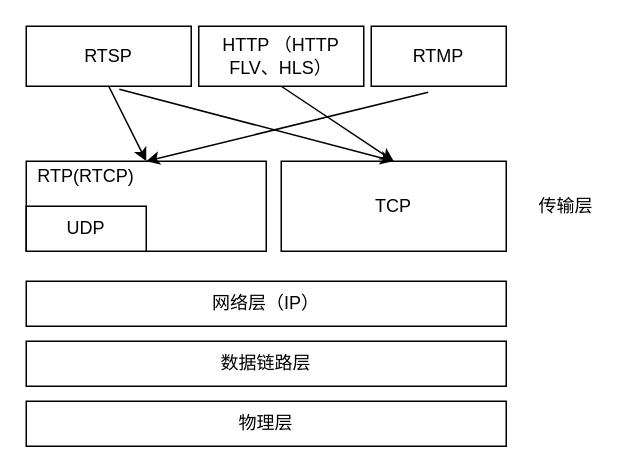
The draw.io diagram 直播流协议图.drawio in loc1129/uml, before the edit. Source tidied: cells renumbered, new cells numbered last; positions are measured from the earlier drawing's top-left corner, leaving out a move shared by most shapes. Both pictures are drawn from the tidied source at 150%, with x=0, y=0 at pixel (26, 26).
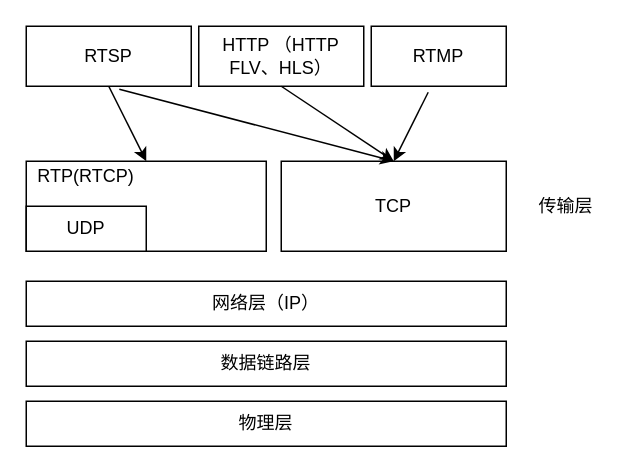
The same page after the edit.

Commit message (it also covers changes not shown here):
Update 直播流协议图.drawio

What changed in the source:
```diff
@@
 <mxGraphModel>
   <root>
     <mxCell id="0" />
     <mxCell id="1" parent="0" />
     <mxCell id="2" value="物理层" style="rounded=0;whiteSpace=wrap;html=1;" parent="1" vertex="1">
       <mxGeometry y="250" width="320" height="30" as="geometry" />
     </mxCell>
     <mxCell id="3" value="数据链路层" style="rounded=0;whiteSpace=wrap;html=1;" parent="1" vertex="1">
       <mxGeometry y="210" width="320" height="30" as="geometry" />
     </mxCell>
     <mxCell id="4" value="网络层（IP）" style="rounded=0;whiteSpace=wrap;html=1;" parent="1" vertex="1">
       <mxGeometry y="170" width="320" height="30" as="geometry" />
     </mxCell>
     <mxCell id="5" style="rounded=0;whiteSpace=wrap;html=1;" parent="1" vertex="1">
       <mxGeometry y="90" width="160" height="60" as="geometry" />
     </mxCell>
     <mxCell id="6" value="TCP&lt;br&gt;" style="rounded=0;whiteSpace=wrap;html=1;" parent="1" vertex="1">
       <mxGeometry x="170" y="90" width="150" height="60" as="geometry" />
     </mxCell>
     <mxCell id="7" value="UDP&lt;br&gt;" style="rounded=0;whiteSpace=wrap;html=1;" parent="1" vertex="1">
       <mxGeometry y="120" width="80" height="30" as="geometry" />
     </mxCell>
     <mxCell id="8" value="RTP(RTCP)" style="text;html=1;strokeColor=none;fillColor=none;align=center;verticalAlign=middle;whiteSpace=wrap;rounded=0;" parent="1" vertex="1">
       <mxGeometry x="20" y="90" width="40" height="20" as="geometry" />
     </mxCell>
     <mxCell id="9" value="RTSP" style="rounded=0;whiteSpace=wrap;html=1;" parent="1" vertex="1">
       <mxGeometry width="110" height="40" as="geometry" />
     </mxCell>
     <mxCell id="10" value="传输层&lt;br&gt;" style="text;html=1;strokeColor=none;fillColor=none;align=center;verticalAlign=middle;whiteSpace=wrap;rounded=0;" parent="1" vertex="1">
       <mxGeometry x="340" y="110" width="40" height="20" as="geometry" />
     </mxCell>
     <mxCell id="11" value="HTTP （HTTP FLV、HLS）" style="rounded=0;whiteSpace=wrap;html=1;" parent="1" vertex="1">
       <mxGeometry x="115" width="110" height="40" as="geometry" />
     </mxCell>
     <mxCell id="12" value="RTMP&lt;br&gt;" style="rounded=0;whiteSpace=wrap;html=1;" parent="1" vertex="1">
       <mxGeometry x="230" width="90" height="40" as="geometry" />
     </mxCell>
     <mxCell id="13" style="endArrow=classic;html=1;exitX=0.5;exitY=1;exitDx=0;exitDy=0;entryX=0.5;entryY=0;entryDx=0;entryDy=0;" parent="1" edge="1" source="9" target="5">
       <mxGeometry relative="1" as="geometry" />
     </mxCell>
     <mxCell id="14" style="endArrow=classic;html=1;exitX=0.564;exitY=1.05;exitDx=0;exitDy=0;exitPerimeter=0;entryX=0.5;entryY=0;entryDx=0;entryDy=0;" parent="1" edge="1" source="9" target="6">
       <mxGeometry relative="1" as="geometry" />
     </mxCell>
     <mxCell id="15" style="endArrow=classic;html=1;exitX=0.5;exitY=1;exitDx=0;exitDy=0;entryX=0.5;entryY=0;entryDx=0;entryDy=0;" parent="1" edge="1" source="11" target="6">
       <mxGeometry relative="1" as="geometry" />
     </mxCell>
-    <mxCell id="16" style="endArrow=classic;html=1;exitX=0.422;exitY=1.1;exitDx=0;exitDy=0;exitPerimeter=0;" parent="1" edge="1" source="12">
-      <mxGeometry relative="1" as="geometry">
-        <mxPoint x="80" y="90" as="targetPoint" />
-      </mxGeometry>
+    <mxCell id="16" style="endArrow=classic;html=1;exitX=0.422;exitY=1.1;exitDx=0;exitDy=0;exitPerimeter=0;entryX=0.5;entryY=0;entryDx=0;entryDy=0;" parent="1" edge="1" source="12" target="6">
+      <mxGeometry relative="1" as="geometry" />
     </mxCell>
   </root>
 </mxGraphModel>
```
